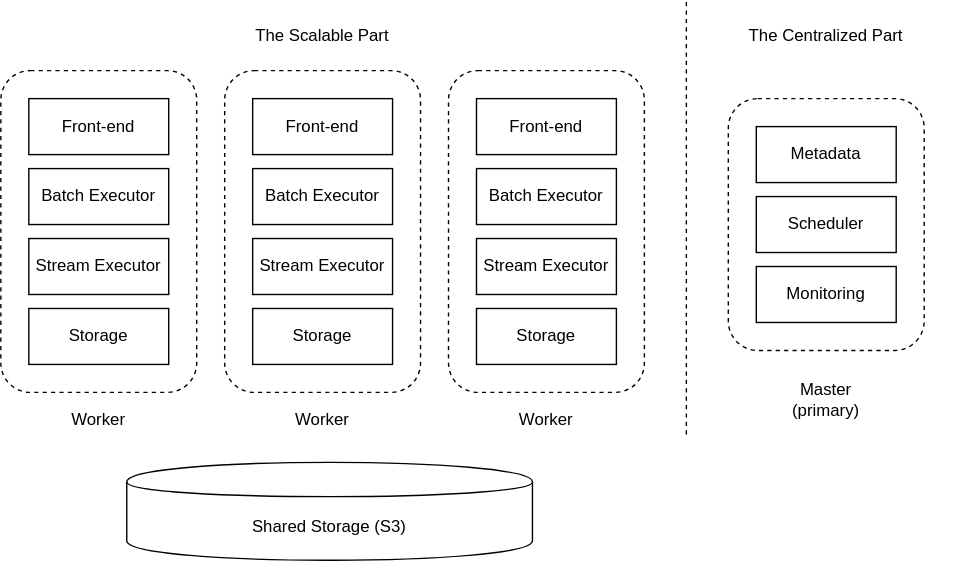
Above: docs/images/meta-service/cluster-deployment.svg in piedb-dev/piestream (draw.io), before the change. Source tidied: cells renumbered, new cells last; positions are measured from the earlier drawing's top-left corner, leaving out a move shared by most shapes.
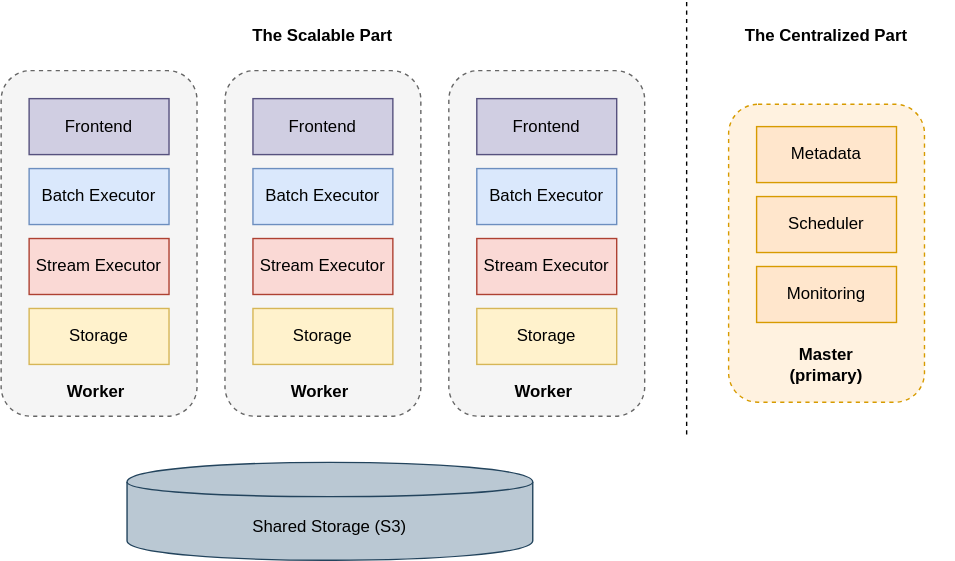
The same diagram one commit later.

What changed in the source:
```diff
@@ -2,82 +2,43 @@
   <root>
     <mxCell id="0" />
     <mxCell id="1" parent="0" />
-    <mxCell id="2" style="rounded=1;whiteSpace=wrap;html=1;dashed=1;" parent="1" vertex="1">
-      <mxGeometry x="520" y="70" width="140" height="180" as="geometry" />
+    <mxCell id="2" style="rounded=1;whiteSpace=wrap;html=1;dashed=1;fillColor=#FFF2E0;strokeColor=#d79b00;" parent="1" vertex="1">
+      <mxGeometry x="520" y="74" width="140" height="213" as="geometry" />
     </mxCell>
-    <mxCell id="3" style="rounded=1;whiteSpace=wrap;html=1;dashed=1;" parent="1" vertex="1">
-      <mxGeometry y="50" width="140" height="230" as="geometry" />
+    <mxCell id="3" style="rounded=1;whiteSpace=wrap;html=1;dashed=1;fillColor=#f5f5f5;fontColor=#333333;strokeColor=#666666;" parent="1" vertex="1">
+      <mxGeometry y="50" width="140" height="247" as="geometry" />
     </mxCell>
-    <mxCell id="4" value="Front-end" style="rounded=0;whiteSpace=wrap;html=1;" parent="1" vertex="1">
+    <mxCell id="4" value="Frontend" style="rounded=0;whiteSpace=wrap;html=1;fillColor=#d0cee2;strokeColor=#56517e;" parent="1" vertex="1">
       <mxGeometry x="20" y="70" width="100" height="40" as="geometry" />
     </mxCell>
-    <mxCell id="5" value="Batch Executor" style="rounded=0;whiteSpace=wrap;html=1;" parent="1" vertex="1">
+    <mxCell id="5" value="Batch Executor" style="rounded=0;whiteSpace=wrap;html=1;fillColor=#dae8fc;strokeColor=#6c8ebf;" parent="1" vertex="1">
       <mxGeometry x="20" y="120" width="100" height="40" as="geometry" />
     </mxCell>
-    <mxCell id="6" value="Metadata" style="rounded=0;whiteSpace=wrap;html=1;" parent="1" vertex="1">
+    <mxCell id="6" value="Metadata" style="rounded=0;whiteSpace=wrap;html=1;fillColor=#ffe6cc;strokeColor=#d79b00;" parent="1" vertex="1">
       <mxGeometry x="540" y="90" width="100" height="40" as="geometry" />
     </mxCell>
-    <mxCell id="7" value="Scheduler" style="rounded=0;whiteSpace=wrap;html=1;" parent="1" vertex="1">
+    <mxCell id="7" value="Scheduler" style="rounded=0;whiteSpace=wrap;html=1;fillColor=#ffe6cc;strokeColor=#d79b00;" parent="1" vertex="1">
       <mxGeometry x="540" y="140" width="100" height="40" as="geometry" />
     </mxCell>
-    <mxCell id="8" value="Stream Executor" style="rounded=0;whiteSpace=wrap;html=1;" parent="1" vertex="1">
+    <mxCell id="8" value="Stream Executor" style="rounded=0;whiteSpace=wrap;html=1;fillColor=#fad9d5;strokeColor=#ae4132;" parent="1" vertex="1">
       <mxGeometry x="20" y="170" width="100" height="40" as="geometry" />
     </mxCell>
-    <mxCell id="9" value="Storage" style="rounded=0;whiteSpace=wrap;html=1;" parent="1" vertex="1">
+    <mxCell id="9" value="Storage" style="rounded=0;whiteSpace=wrap;html=1;fillColor=#fff2cc;strokeColor=#d6b656;" parent="1" vertex="1">
       <mxGeometry x="20" y="220" width="100" height="40" as="geometry" />
     </mxCell>
-    <mxCell id="10" style="rounded=1;whiteSpace=wrap;html=1;dashed=1;" parent="1" vertex="1">
-      <mxGeometry x="160" y="50" width="140" height="230" as="geometry" />
-    </mxCell>
-    <mxCell id="11" value="Front-end" style="rounded=0;whiteSpace=wrap;html=1;" parent="1" vertex="1">
-      <mxGeometry x="180" y="70" width="100" height="40" as="geometry" />
-    </mxCell>
-    <mxCell id="12" value="Batch Executor" style="rounded=0;whiteSpace=wrap;html=1;" parent="1" vertex="1">
-      <mxGeometry x="180" y="120" width="100" height="40" as="geometry" />
-    </mxCell>
-    <mxCell id="13" value="Stream Executor" style="rounded=0;whiteSpace=wrap;html=1;" parent="1" vertex="1">
-      <mxGeometry x="180" y="170" width="100" height="40" as="geometry" />
-    </mxCell>
-    <mxCell id="14" value="Storage" style="rounded=0;whiteSpace=wrap;html=1;" parent="1" vertex="1">
-      <mxGeometry x="180" y="220" width="100" height="40" as="geometry" />
-    </mxCell>
-    <mxCell id="15" style="rounded=1;whiteSpace=wrap;html=1;dashed=1;" parent="1" vertex="1">
-      <mxGeometry x="320" y="50" width="140" height="230" as="geometry" />
-    </mxCell>
-    <mxCell id="16" value="Front-end" style="rounded=0;whiteSpace=wrap;html=1;" parent="1" vertex="1">
-      <mxGeometry x="340" y="70" width="100" height="40" as="geometry" />
-    </mxCell>
-    <mxCell id="17" value="Batch Executor" style="rounded=0;whiteSpace=wrap;html=1;" parent="1" vertex="1">
-      <mxGeometry x="340" y="120" width="100" height="40" as="geometry" />
-    </mxCell>
-    <mxCell id="18" value="Stream Executor" style="rounded=0;whiteSpace=wrap;html=1;" parent="1" vertex="1">
-      <mxGeometry x="340" y="170" width="100" height="40" as="geometry" />
-    </mxCell>
-    <mxCell id="19" value="Storage" style="rounded=0;whiteSpace=wrap;html=1;" parent="1" vertex="1">
-      <mxGeometry x="340" y="220" width="100" height="40" as="geometry" />
-    </mxCell>
-    <mxCell id="20" value="Master&lt;br /&gt;(primary)" style="text;html=1;strokeColor=none;fillColor=none;align=center;verticalAlign=middle;whiteSpace=wrap;rounded=0;dashed=1;" parent="1" vertex="1">
-      <mxGeometry x="570" y="270" width="40" height="30" as="geometry" />
+    <mxCell id="20" value="Master&lt;br&gt;(primary)" style="text;html=1;strokeColor=none;fillColor=none;align=center;verticalAlign=middle;whiteSpace=wrap;rounded=0;dashed=1;fontStyle=1;" parent="1" vertex="1">
+      <mxGeometry x="570" y="245" width="40" height="30" as="geometry" />
     </mxCell>
-    <mxCell id="21" value="Worker" style="text;html=1;strokeColor=none;fillColor=none;align=center;verticalAlign=middle;whiteSpace=wrap;rounded=0;dashed=1;" parent="1" vertex="1">
-      <mxGeometry x="50" y="290" width="40" height="20" as="geometry" />
-    </mxCell>
-    <mxCell id="22" value="Worker" style="text;html=1;strokeColor=none;fillColor=none;align=center;verticalAlign=middle;whiteSpace=wrap;rounded=0;dashed=1;" parent="1" vertex="1">
-      <mxGeometry x="210" y="290" width="40" height="20" as="geometry" />
-    </mxCell>
-    <mxCell id="23" value="Worker" style="text;html=1;strokeColor=none;fillColor=none;align=center;verticalAlign=middle;whiteSpace=wrap;rounded=0;dashed=1;" parent="1" vertex="1">
-      <mxGeometry x="370" y="290" width="40" height="20" as="geometry" />
-    </mxCell>
-    <mxCell id="24" value="Shared Storage (S3)" style="shape=cylinder;whiteSpace=wrap;html=1;boundedLbl=1;backgroundOutline=1;" parent="1" vertex="1">
+    <mxCell id="24" value="Shared Storage (S3)" style="shape=cylinder;whiteSpace=wrap;html=1;boundedLbl=1;backgroundOutline=1;fillColor=#bac8d3;strokeColor=#23445d;" parent="1" vertex="1">
       <mxGeometry x="90" y="330" width="290" height="70" as="geometry" />
     </mxCell>
-    <mxCell id="25" value="Monitoring" style="rounded=0;whiteSpace=wrap;html=1;" parent="1" vertex="1">
+    <mxCell id="25" value="Monitoring" style="rounded=0;whiteSpace=wrap;html=1;fillColor=#ffe6cc;strokeColor=#d79b00;" parent="1" vertex="1">
       <mxGeometry x="540" y="190" width="100" height="40" as="geometry" />
     </mxCell>
-    <mxCell id="26" value="The Centralized&amp;nbsp;Part" style="text;html=1;strokeColor=none;fillColor=none;align=center;verticalAlign=middle;whiteSpace=wrap;rounded=0;" parent="1" vertex="1">
+    <mxCell id="26" value="The Centralized&amp;nbsp;Part" style="text;html=1;strokeColor=none;fillColor=none;align=center;verticalAlign=middle;whiteSpace=wrap;rounded=0;fontStyle=1;" parent="1" vertex="1">
       <mxGeometry x="500" y="10" width="180" height="30" as="geometry" />
     </mxCell>
-    <mxCell id="27" value="The Scalable Part" style="text;html=1;strokeColor=none;fillColor=none;align=center;verticalAlign=middle;whiteSpace=wrap;rounded=0;" parent="1" vertex="1">
+    <mxCell id="27" value="The Scalable Part" style="text;html=1;strokeColor=none;fillColor=none;align=center;verticalAlign=middle;whiteSpace=wrap;rounded=0;fontStyle=1;" parent="1" vertex="1">
       <mxGeometry x="140" y="10" width="180" height="30" as="geometry" />
     </mxCell>
     <mxCell id="28" style="endArrow=none;dashed=1;html=1;" parent="1" edge="1">
@@ -86,5 +47,44 @@
         <mxPoint x="490" as="targetPoint" />
       </mxGeometry>
     </mxCell>
+    <mxCell id="29" value="Worker" style="text;html=1;strokeColor=none;fillColor=none;align=center;verticalAlign=middle;whiteSpace=wrap;rounded=0;dashed=1;fontStyle=1;" parent="1" vertex="1">
+      <mxGeometry x="48" y="270" width="40" height="20" as="geometry" />
+    </mxCell>
+    <mxCell id="30" style="rounded=1;whiteSpace=wrap;html=1;dashed=1;fillColor=#f5f5f5;fontColor=#333333;strokeColor=#666666;" parent="1" vertex="1">
+      <mxGeometry x="160" y="50" width="140" height="247" as="geometry" />
+    </mxCell>
+    <mxCell id="31" value="Frontend" style="rounded=0;whiteSpace=wrap;html=1;fillColor=#d0cee2;strokeColor=#56517e;" parent="1" vertex="1">
+      <mxGeometry x="180" y="70" width="100" height="40" as="geometry" />
+    </mxCell>
+    <mxCell id="32" value="Batch Executor" style="rounded=0;whiteSpace=wrap;html=1;fillColor=#dae8fc;strokeColor=#6c8ebf;" parent="1" vertex="1">
+      <mxGeometry x="180" y="120" width="100" height="40" as="geometry" />
+    </mxCell>
+    <mxCell id="33" value="Stream Executor" style="rounded=0;whiteSpace=wrap;html=1;fillColor=#fad9d5;strokeColor=#ae4132;" parent="1" vertex="1">
+      <mxGeometry x="180" y="170" width="100" height="40" as="geometry" />
+    </mxCell>
+    <mxCell id="34" value="Storage" style="rounded=0;whiteSpace=wrap;html=1;fillColor=#fff2cc;strokeColor=#d6b656;" parent="1" vertex="1">
+      <mxGeometry x="180" y="220" width="100" height="40" as="geometry" />
+    </mxCell>
+    <mxCell id="35" value="Worker" style="text;html=1;strokeColor=none;fillColor=none;align=center;verticalAlign=middle;whiteSpace=wrap;rounded=0;dashed=1;fontStyle=1;" parent="1" vertex="1">
+      <mxGeometry x="208" y="270" width="40" height="20" as="geometry" />
+    </mxCell>
+    <mxCell id="36" style="rounded=1;whiteSpace=wrap;html=1;dashed=1;fillColor=#f5f5f5;fontColor=#333333;strokeColor=#666666;" parent="1" vertex="1">
+      <mxGeometry x="320" y="50" width="140" height="247" as="geometry" />
+    </mxCell>
+    <mxCell id="37" value="Frontend" style="rounded=0;whiteSpace=wrap;html=1;fillColor=#d0cee2;strokeColor=#56517e;" parent="1" vertex="1">
+      <mxGeometry x="340" y="70" width="100" height="40" as="geometry" />
+    </mxCell>
+    <mxCell id="38" value="Batch Executor" style="rounded=0;whiteSpace=wrap;html=1;fillColor=#dae8fc;strokeColor=#6c8ebf;" parent="1" vertex="1">
+      <mxGeometry x="340" y="120" width="100" height="40" as="geometry" />
+    </mxCell>
+    <mxCell id="39" value="Stream Executor" style="rounded=0;whiteSpace=wrap;html=1;fillColor=#fad9d5;strokeColor=#ae4132;" parent="1" vertex="1">
+      <mxGeometry x="340" y="170" width="100" height="40" as="geometry" />
+    </mxCell>
+    <mxCell id="40" value="Storage" style="rounded=0;whiteSpace=wrap;html=1;fillColor=#fff2cc;strokeColor=#d6b656;" parent="1" vertex="1">
+      <mxGeometry x="340" y="220" width="100" height="40" as="geometry" />
+    </mxCell>
+    <mxCell id="41" value="Worker" style="text;html=1;strokeColor=none;fillColor=none;align=center;verticalAlign=middle;whiteSpace=wrap;rounded=0;dashed=1;fontStyle=1;" parent="1" vertex="1">
+      <mxGeometry x="368" y="270" width="40" height="20" as="geometry" />
+    </mxCell>
   </root>
 </mxGraphModel>
```
